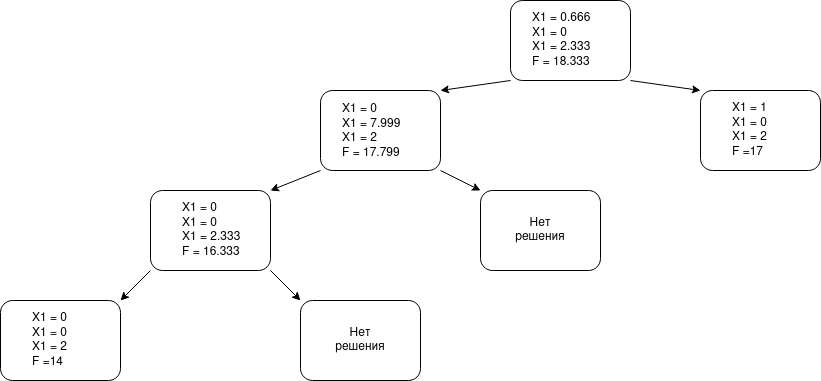
Earlier version of the draw.io export lab_3/tree.png (andreev-g/iu8-decision-theory). Source tidied: cells renumbered, new cells last; positions are measured from the earlier drawing's top-left corner, leaving out a move shared by most shapes.
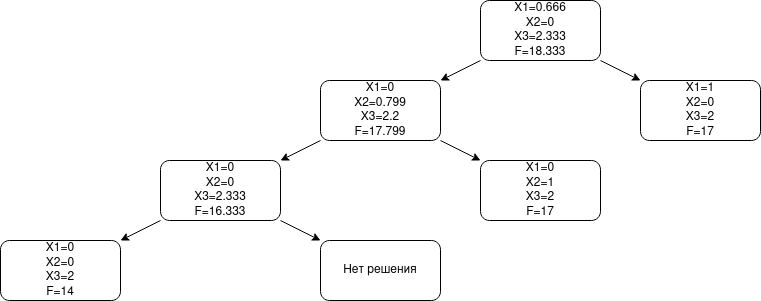
Above is the later version.

Diff of the diagram source:
```diff
@@ -2,65 +2,86 @@
   <root>
     <mxCell id="0" />
     <mxCell id="1" parent="0" />
-    <mxCell id="2" style="edgeStyle=none;rounded=0;jettySize=auto;html=1;exitX=1;exitY=1;exitDx=0;exitDy=0;entryX=0;entryY=0;entryDx=0;entryDy=0;" parent="1" edge="1" source="4" target="14">
-      <mxGeometry relative="1" as="geometry" />
-    </mxCell>
-    <mxCell id="3" style="edgeStyle=none;rounded=0;jettySize=auto;html=1;exitX=0;exitY=1;exitDx=0;exitDy=0;entryX=1;entryY=0;entryDx=0;entryDy=0;" parent="1" edge="1" source="4" target="8">
-      <mxGeometry relative="1" as="geometry" />
-    </mxCell>
-    <mxCell id="4" style="rounded=1;whiteSpace=wrap;html=1;" parent="1" vertex="1">
-      <mxGeometry x="510" width="120" height="80" as="geometry" />
-    </mxCell>
-    <mxCell id="5" value="&lt;div align=&quot;left&quot;&gt;X1 = 0.666&lt;br&gt;&lt;/div&gt;&lt;div align=&quot;left&quot;&gt;X1 = 0&lt;br&gt;&lt;/div&gt;&lt;div align=&quot;left&quot;&gt;X1 = 2.333&lt;br&gt;&lt;/div&gt;&lt;div align=&quot;left&quot;&gt;F = 18.333&lt;/div&gt;" style="text;html=1;strokeColor=none;fillColor=none;align=left;verticalAlign=middle;whiteSpace=wrap;rounded=0;" parent="1" vertex="1">
-      <mxGeometry x="530" y="25" width="70" height="30" as="geometry" />
-    </mxCell>
-    <mxCell id="6" style="edgeStyle=none;rounded=0;jettySize=auto;html=1;exitX=0;exitY=1;exitDx=0;exitDy=0;entryX=1;entryY=0;entryDx=0;entryDy=0;" parent="1" edge="1" source="8" target="12">
-      <mxGeometry relative="1" as="geometry" />
-    </mxCell>
-    <mxCell id="7" style="edgeStyle=none;rounded=0;jettySize=auto;html=1;exitX=1;exitY=1;exitDx=0;exitDy=0;entryX=0;entryY=0;entryDx=0;entryDy=0;" parent="1" edge="1" source="8" target="20">
-      <mxGeometry relative="1" as="geometry" />
-    </mxCell>
-    <mxCell id="8" style="rounded=1;whiteSpace=wrap;html=1;" parent="1" vertex="1">
-      <mxGeometry x="320" y="90" width="120" height="80" as="geometry" />
-    </mxCell>
-    <mxCell id="9" value="&lt;div align=&quot;left&quot;&gt;X1 = 0&lt;br&gt;&lt;/div&gt;&lt;div align=&quot;left&quot;&gt;X1 = 7.999&lt;br&gt;&lt;/div&gt;&lt;div align=&quot;left&quot;&gt;X1 = 2&lt;br&gt;&lt;/div&gt;&lt;div align=&quot;left&quot;&gt;F = 17.799&lt;/div&gt;" style="text;html=1;strokeColor=none;fillColor=none;align=left;verticalAlign=middle;whiteSpace=wrap;rounded=0;" parent="1" vertex="1">
-      <mxGeometry x="340" y="116" width="90" height="30" as="geometry" />
-    </mxCell>
-    <mxCell id="10" style="edgeStyle=none;rounded=0;jettySize=auto;html=1;exitX=0;exitY=1;exitDx=0;exitDy=0;entryX=1;entryY=0;entryDx=0;entryDy=0;" parent="1" edge="1" source="12" target="16">
-      <mxGeometry relative="1" as="geometry" />
-    </mxCell>
-    <mxCell id="11" style="edgeStyle=none;rounded=0;jettySize=auto;html=1;exitX=1;exitY=1;exitDx=0;exitDy=0;entryX=0;entryY=0;entryDx=0;entryDy=0;" parent="1" edge="1" source="12" target="18">
-      <mxGeometry relative="1" as="geometry" />
-    </mxCell>
-    <mxCell id="12" style="rounded=1;whiteSpace=wrap;html=1;" parent="1" vertex="1">
-      <mxGeometry x="150" y="190" width="120" height="80" as="geometry" />
-    </mxCell>
-    <mxCell id="13" value="&lt;div align=&quot;left&quot;&gt;X1 = 0&lt;br&gt;&lt;/div&gt;&lt;div align=&quot;left&quot;&gt;X1 = 0&lt;br&gt;&lt;/div&gt;&lt;div align=&quot;left&quot;&gt;X1 = 2.333&lt;br&gt;&lt;/div&gt;&lt;div align=&quot;left&quot;&gt;F = 16.333&lt;/div&gt;" style="text;html=1;strokeColor=none;fillColor=none;align=left;verticalAlign=middle;whiteSpace=wrap;rounded=0;" parent="1" vertex="1">
-      <mxGeometry x="180" y="215" width="80" height="30" as="geometry" />
-    </mxCell>
-    <mxCell id="14" style="rounded=1;whiteSpace=wrap;html=1;" parent="1" vertex="1">
-      <mxGeometry x="700" y="90" width="120" height="80" as="geometry" />
-    </mxCell>
-    <mxCell id="15" value="&lt;div align=&quot;left&quot;&gt;X1 = 1&lt;br&gt;&lt;/div&gt;&lt;div align=&quot;left&quot;&gt;X1 = 0&lt;br&gt;&lt;/div&gt;&lt;div align=&quot;left&quot;&gt;X1 = 2&lt;br&gt;&lt;/div&gt;&lt;div align=&quot;left&quot;&gt;F =17&lt;/div&gt;" style="text;html=1;strokeColor=none;fillColor=none;align=left;verticalAlign=middle;whiteSpace=wrap;rounded=0;" parent="1" vertex="1">
-      <mxGeometry x="730" y="115" width="60" height="30" as="geometry" />
-    </mxCell>
-    <mxCell id="16" style="rounded=1;whiteSpace=wrap;html=1;" parent="1" vertex="1">
-      <mxGeometry y="300" width="120" height="80" as="geometry" />
-    </mxCell>
-    <mxCell id="17" value="&lt;div align=&quot;left&quot;&gt;X1 = 0&lt;br&gt;&lt;/div&gt;&lt;div align=&quot;left&quot;&gt;X1 = 0&lt;br&gt;&lt;/div&gt;&lt;div align=&quot;left&quot;&gt;X1 = 2&lt;br&gt;&lt;/div&gt;&lt;div align=&quot;left&quot;&gt;F =14&lt;/div&gt;" style="text;html=1;strokeColor=none;fillColor=none;align=left;verticalAlign=middle;whiteSpace=wrap;rounded=0;" parent="1" vertex="1">
-      <mxGeometry x="30" y="325" width="60" height="30" as="geometry" />
-    </mxCell>
-    <mxCell id="18" style="rounded=1;whiteSpace=wrap;html=1;" parent="1" vertex="1">
-      <mxGeometry x="300" y="300" width="120" height="80" as="geometry" />
-    </mxCell>
-    <mxCell id="19" value="&lt;div align=&quot;center&quot;&gt;Нет решения&lt;br&gt;&lt;/div&gt;" style="text;html=1;strokeColor=none;fillColor=none;align=center;verticalAlign=middle;whiteSpace=wrap;rounded=0;" parent="1" vertex="1">
-      <mxGeometry x="330" y="325" width="60" height="30" as="geometry" />
-    </mxCell>
-    <mxCell id="20" style="rounded=1;whiteSpace=wrap;html=1;" parent="1" vertex="1">
-      <mxGeometry x="480" y="190" width="120" height="80" as="geometry" />
-    </mxCell>
-    <mxCell id="21" value="&lt;div align=&quot;center&quot;&gt;Нет решения&lt;br&gt;&lt;/div&gt;" style="text;html=1;strokeColor=none;fillColor=none;align=center;verticalAlign=middle;whiteSpace=wrap;rounded=0;" parent="1" vertex="1">
-      <mxGeometry x="510" y="215" width="60" height="30" as="geometry" />
-    </mxCell>
+    <mxCell id="22" style="group;" parent="1" vertex="1">
+      <mxGeometry x="500" y="-10" width="120" height="60" as="geometry" />
+    </mxCell>
+    <mxCell id="23" style="rounded=1;whiteSpace=wrap;html=1;" parent="22" vertex="1">
+      <mxGeometry width="120" height="60" as="geometry" />
+    </mxCell>
+    <mxCell id="24" value="&lt;div&gt;X1=0.666&lt;/div&gt;&lt;div&gt;X2=0&lt;/div&gt;&lt;div&gt;X3=2.333&lt;/div&gt;&lt;div&gt;F=18.333&lt;/div&gt;" style="text;html=1;strokeColor=none;fillColor=none;align=center;verticalAlign=middle;whiteSpace=wrap;rounded=0;" parent="22" vertex="1">
+      <mxGeometry width="120" height="60" as="geometry" />
+    </mxCell>
+    <mxCell id="25" style="group;" parent="1" vertex="1">
+      <mxGeometry x="340" y="70" width="120" height="60" as="geometry" />
+    </mxCell>
+    <mxCell id="26" style="rounded=1;whiteSpace=wrap;html=1;" parent="25" vertex="1">
+      <mxGeometry width="120" height="60" as="geometry" />
+    </mxCell>
+    <mxCell id="27" value="&lt;div&gt;X1=0&lt;/div&gt;&lt;div&gt;X2=0.799&lt;/div&gt;&lt;div&gt;X3=2.2&lt;/div&gt;&lt;div&gt;F=17.799&lt;/div&gt;" style="text;html=1;strokeColor=none;fillColor=none;align=center;verticalAlign=middle;whiteSpace=wrap;rounded=0;" parent="25" vertex="1">
+      <mxGeometry width="120" height="60" as="geometry" />
+    </mxCell>
+    <mxCell id="28" style="group;" parent="1" vertex="1">
+      <mxGeometry x="180" y="150" width="120" height="60" as="geometry" />
+    </mxCell>
+    <mxCell id="29" style="rounded=1;whiteSpace=wrap;html=1;" parent="28" vertex="1">
+      <mxGeometry width="120" height="60" as="geometry" />
+    </mxCell>
+    <mxCell id="30" value="&lt;div&gt;X1=0&lt;/div&gt;&lt;div&gt;X2=0&lt;/div&gt;&lt;div&gt;X3=2.333&lt;/div&gt;&lt;div&gt;F=16.333&lt;/div&gt;" style="text;html=1;strokeColor=none;fillColor=none;align=center;verticalAlign=middle;whiteSpace=wrap;rounded=0;" parent="28" vertex="1">
+      <mxGeometry width="120" height="60" as="geometry" />
+    </mxCell>
+    <mxCell id="31" style="group;" parent="1" vertex="1">
+      <mxGeometry x="20" y="230" width="120" height="60" as="geometry" />
+    </mxCell>
+    <mxCell id="32" style="rounded=1;whiteSpace=wrap;html=1;" parent="31" vertex="1">
+      <mxGeometry width="120" height="60" as="geometry" />
+    </mxCell>
+    <mxCell id="33" value="&lt;div&gt;X1=0&lt;/div&gt;&lt;div&gt;X2=0&lt;/div&gt;&lt;div&gt;X3=2&lt;/div&gt;&lt;div&gt;F=14&lt;/div&gt;" style="text;html=1;strokeColor=none;fillColor=none;align=center;verticalAlign=middle;whiteSpace=wrap;rounded=0;" parent="31" vertex="1">
+      <mxGeometry width="120" height="60" as="geometry" />
+    </mxCell>
+    <mxCell id="34" style="group;" parent="1" vertex="1">
+      <mxGeometry x="660" y="70" width="120" height="60" as="geometry" />
+    </mxCell>
+    <mxCell id="35" style="rounded=1;whiteSpace=wrap;html=1;" parent="34" vertex="1">
+      <mxGeometry width="120" height="60" as="geometry" />
+    </mxCell>
+    <mxCell id="36" value="&lt;div&gt;X1=1&lt;/div&gt;&lt;div&gt;X2=0&lt;/div&gt;&lt;div&gt;X3=2&lt;/div&gt;&lt;div&gt;F=17&lt;/div&gt;" style="text;html=1;strokeColor=none;fillColor=none;align=center;verticalAlign=middle;whiteSpace=wrap;rounded=0;" parent="34" vertex="1">
+      <mxGeometry width="120" height="60" as="geometry" />
+    </mxCell>
+    <mxCell id="37" style="group;" parent="1" vertex="1">
+      <mxGeometry x="500" y="150" width="120" height="60" as="geometry" />
+    </mxCell>
+    <mxCell id="38" style="rounded=1;whiteSpace=wrap;html=1;" parent="37" vertex="1">
+      <mxGeometry width="120" height="60" as="geometry" />
+    </mxCell>
+    <mxCell id="39" value="&lt;div&gt;X1=0&lt;/div&gt;&lt;div&gt;X2=1&lt;/div&gt;&lt;div&gt;X3=2&lt;/div&gt;&lt;div&gt;F=17&lt;/div&gt;" style="text;html=1;strokeColor=none;fillColor=none;align=center;verticalAlign=middle;whiteSpace=wrap;rounded=0;" parent="37" vertex="1">
+      <mxGeometry width="120" height="60" as="geometry" />
+    </mxCell>
+    <mxCell id="40" style="group;" parent="1" vertex="1">
+      <mxGeometry x="340" y="230" width="120" height="60" as="geometry" />
+    </mxCell>
+    <mxCell id="41" style="rounded=1;whiteSpace=wrap;html=1;" parent="40" vertex="1">
+      <mxGeometry width="120" height="60" as="geometry" />
+    </mxCell>
+    <mxCell id="42" value="Нет решения" style="text;html=1;strokeColor=none;fillColor=none;align=center;verticalAlign=middle;whiteSpace=wrap;rounded=0;" parent="40" vertex="1">
+      <mxGeometry width="120" height="60" as="geometry" />
+    </mxCell>
+    <mxCell id="43" style="edgeStyle=none;rounded=0;jettySize=auto;html=1;" parent="1" edge="1" source="24" target="36">
+      <mxGeometry relative="1" as="geometry" />
+    </mxCell>
+    <mxCell id="44" style="edgeStyle=none;rounded=0;jettySize=auto;html=1;" parent="1" edge="1" source="27" target="39">
+      <mxGeometry relative="1" as="geometry" />
+    </mxCell>
+    <mxCell id="45" style="edgeStyle=none;rounded=0;jettySize=auto;html=1;" parent="1" edge="1" source="30" target="42">
+      <mxGeometry relative="1" as="geometry" />
+    </mxCell>
+    <mxCell id="46" style="edgeStyle=none;rounded=0;jettySize=auto;html=1;" parent="1" edge="1" source="30" target="33">
+      <mxGeometry relative="1" as="geometry" />
+    </mxCell>
+    <mxCell id="47" style="edgeStyle=none;rounded=0;jettySize=auto;html=1;" parent="1" edge="1" source="27" target="30">
+      <mxGeometry relative="1" as="geometry" />
+    </mxCell>
+    <mxCell id="48" style="edgeStyle=none;rounded=0;jettySize=auto;html=1;" parent="1" edge="1" source="24" target="27">
+      <mxGeometry relative="1" as="geometry" />
+    </mxCell>
   </root>
 </mxGraphModel>
```
